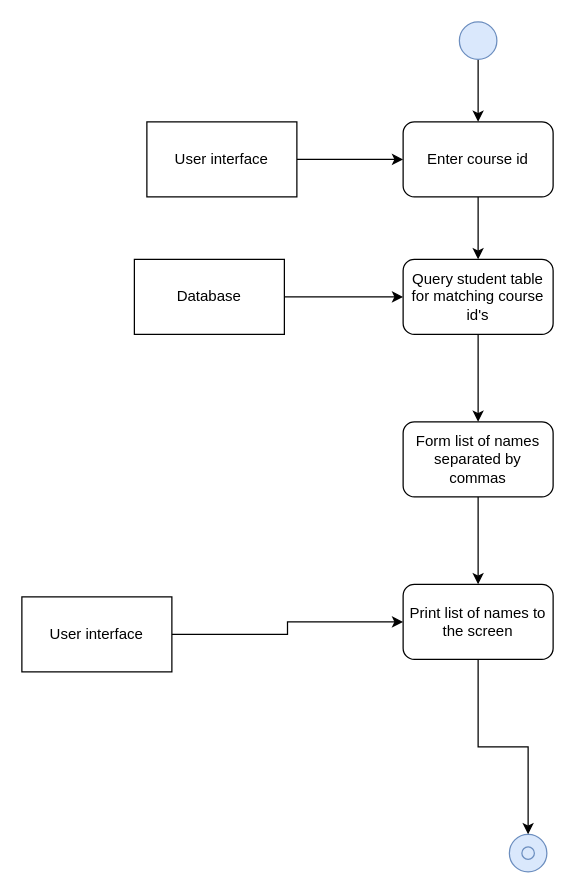
Before: print_course_roster_activity_model.drawio in peterklem/CURSE, a draw.io diagram. Source tidied: cells renumbered, new cells numbered last; positions are measured from the earlier drawing's top-left corner, leaving out a move shared by most shapes. Both pictures are drawn from the tidied source at 125%, with x=0, y=0 at pixel (21, 21).
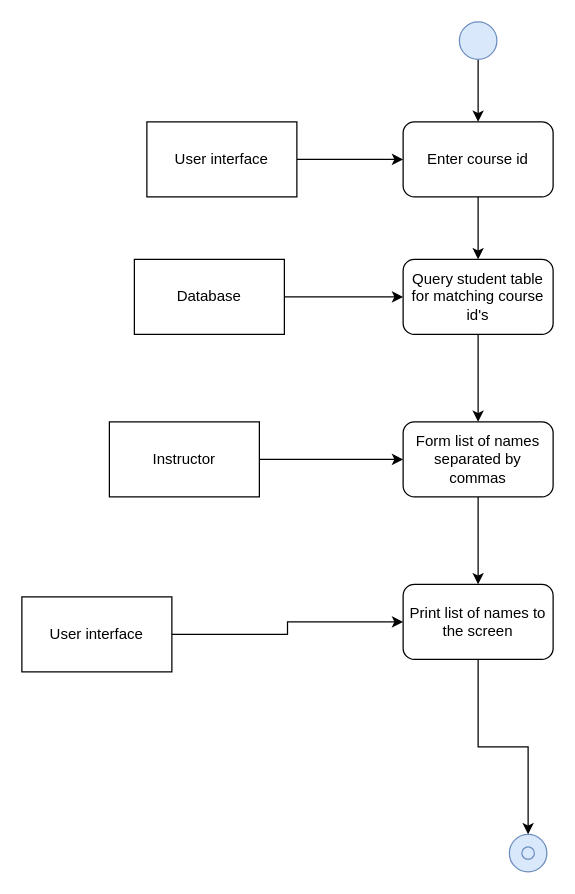
After the change.

Commit message:
added instructor external system

Unchanged cells that the change refers to:
```xml
<mxCell id="14" value="Form list of names separated by commas" style="rounded=1;whiteSpace=wrap;html=1;" parent="1" vertex="1">
  <mxGeometry x="305" y="320" width="120" height="60" as="geometry" />
</mxCell>
```

The edit, as a diff of the source:
```diff
@@
+    <mxCell id="21" style="edgeStyle=orthogonalEdgeStyle;rounded=0;jettySize=auto;html=1;exitX=1;exitY=0.5;exitDx=0;exitDy=0;entryX=0;entryY=0.5;entryDx=0;entryDy=0;" parent="1" edge="1" source="22" target="14">
+      <mxGeometry relative="1" as="geometry" />
+    </mxCell>
+    <mxCell id="22" value="Instructor" style="rounded=0;whiteSpace=wrap;html=1;" parent="1" vertex="1">
+      <mxGeometry x="70" y="320" width="120" height="60" as="geometry" />
+    </mxCell>
```
